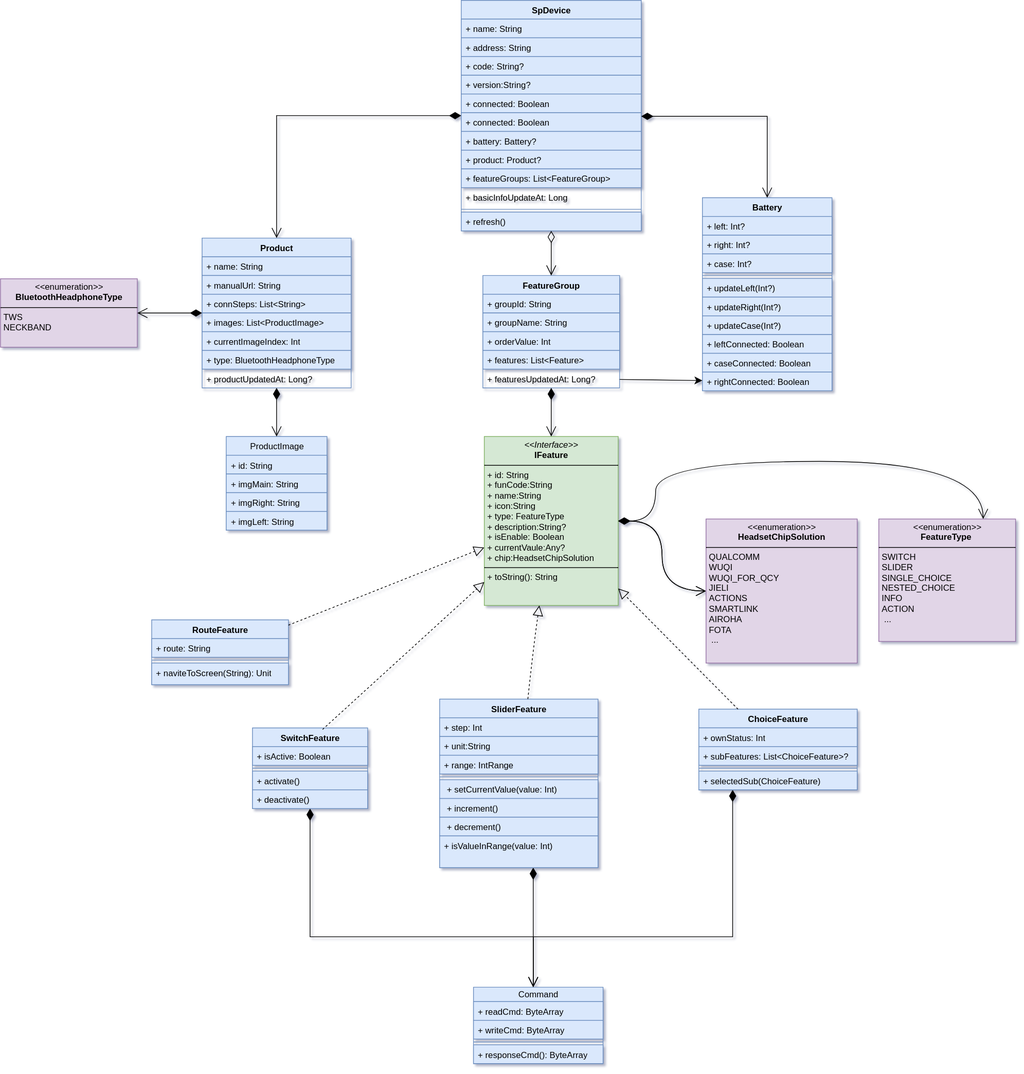
Above: diagrams/drawio/architecture/sp-device.drawio.svg in kekemao00/draw-libs (draw.io), before the change. Source tidied: cells renumbered, new cells last; positions are measured from the earlier drawing's top-left corner, leaving out a move shared by most shapes.
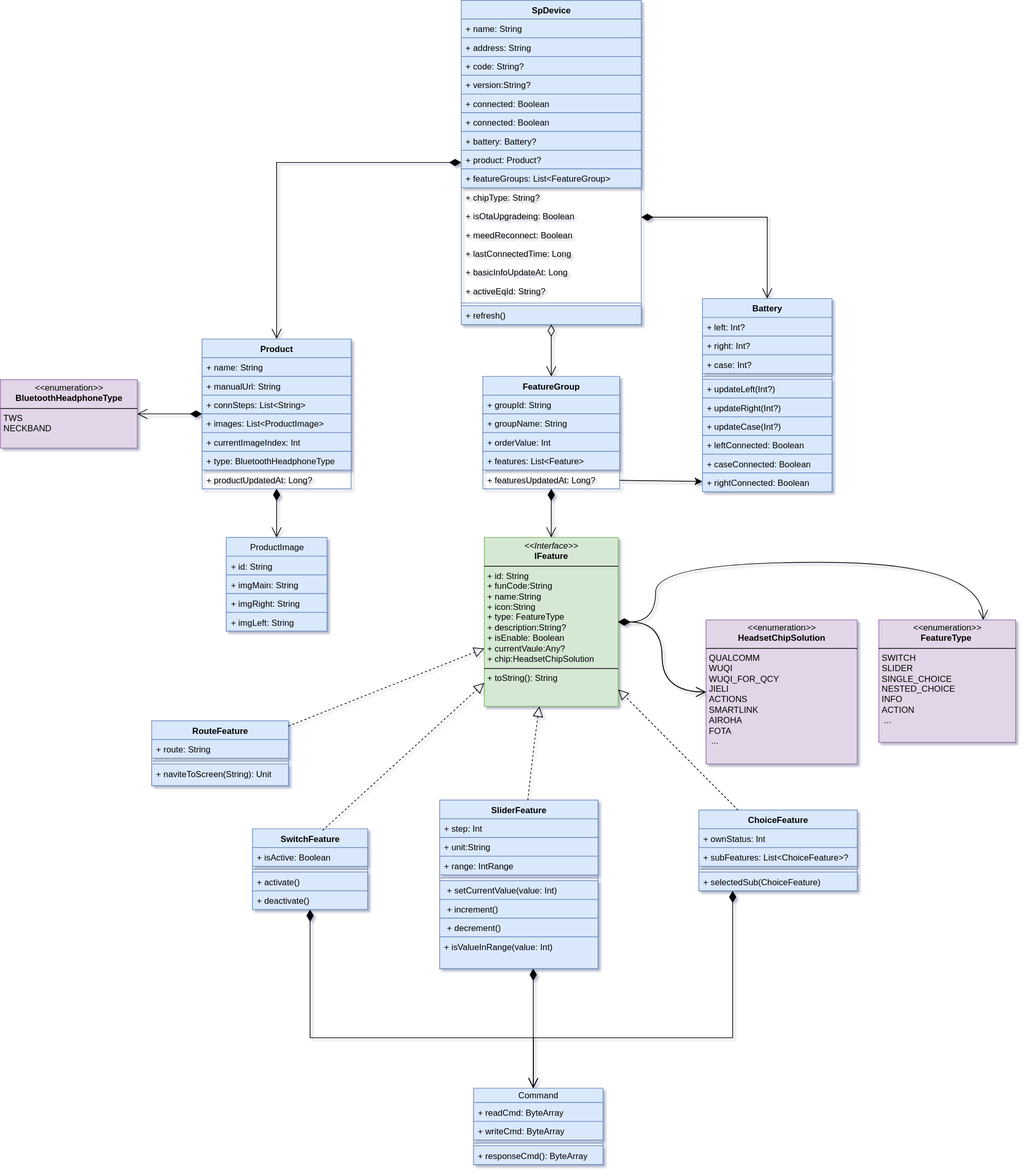
Later version of the same file.

Diff of the diagram source:
```diff
@@ -3,7 +3,7 @@
     <mxCell id="0" />
     <mxCell id="1" parent="0" />
     <mxCell id="2" value="SpDevice" style="swimlane;fontStyle=1;align=center;verticalAlign=top;horizontal=1;startSize=26;whiteSpace=wrap;html=1;labelBackgroundColor=none;rounded=0;fillColor=#dae8fc;strokeColor=#6c8ebf;" parent="1" vertex="1">
-      <mxGeometry x="640" width="250" height="320" as="geometry" />
+      <mxGeometry x="640" y="-140" width="250" height="450" as="geometry" />
     </mxCell>
     <mxCell id="3" value="+ name: String" style="text;align=left;verticalAlign=top;spacingLeft=4;spacingRight=4;overflow=hidden;whiteSpace=wrap;html=1;labelBackgroundColor=none;rounded=0;fillColor=#dae8fc;strokeColor=#6c8ebf;" parent="2" vertex="1">
       <mxGeometry y="26" width="250" height="26" as="geometry" />
@@ -32,14 +32,29 @@
     <mxCell id="11" value="+ featureGroups: List&amp;lt;FeatureGroup&amp;gt;" style="text;strokeColor=#6c8ebf;fillColor=#dae8fc;align=left;verticalAlign=top;spacingLeft=4;spacingRight=4;overflow=hidden;whiteSpace=wrap;html=1;" parent="2" vertex="1">
       <mxGeometry y="234" width="250" height="26" as="geometry" />
     </mxCell>
+    <mxCell id="94" value="+ chipType: String?" style="text;strokeColor=none;fillColor=none;align=left;verticalAlign=top;spacingLeft=4;spacingRight=4;overflow=hidden;whiteSpace=wrap;html=1;" parent="2" vertex="1">
+      <mxGeometry y="260" width="250" height="26" as="geometry" />
+    </mxCell>
+    <mxCell id="95" value="+ isOtaUpgradeing: Boolean" style="text;strokeColor=none;fillColor=none;align=left;verticalAlign=top;spacingLeft=4;spacingRight=4;overflow=hidden;whiteSpace=wrap;html=1;" parent="2" vertex="1">
+      <mxGeometry y="286" width="250" height="26" as="geometry" />
+    </mxCell>
+    <mxCell id="96" value="+ meedReconnect: Boolean" style="text;strokeColor=none;fillColor=none;align=left;verticalAlign=top;spacingLeft=4;spacingRight=4;overflow=hidden;whiteSpace=wrap;html=1;" parent="2" vertex="1">
+      <mxGeometry y="312" width="250" height="26" as="geometry" />
+    </mxCell>
+    <mxCell id="97" value="+ lastConnectedTime: Long" style="text;strokeColor=none;fillColor=none;align=left;verticalAlign=top;spacingLeft=4;spacingRight=4;overflow=hidden;whiteSpace=wrap;html=1;" parent="2" vertex="1">
+      <mxGeometry y="338" width="250" height="26" as="geometry" />
+    </mxCell>
     <mxCell id="12" value="+&amp;nbsp;basicInfoUpdateAt&lt;span style=&quot;background-color: transparent; color: light-dark(rgb(0, 0, 0), rgb(255, 255, 255));&quot;&gt;: Long&lt;/span&gt;" style="text;strokeColor=none;fillColor=none;align=left;verticalAlign=top;spacingLeft=4;spacingRight=4;overflow=hidden;whiteSpace=wrap;html=1;" parent="2" vertex="1">
-      <mxGeometry y="260" width="250" height="26" as="geometry" />
+      <mxGeometry y="364" width="250" height="26" as="geometry" />
     </mxCell>
+    <mxCell id="98" value="+ activeEqId: String?" style="text;strokeColor=none;fillColor=none;align=left;verticalAlign=top;spacingLeft=4;spacingRight=4;overflow=hidden;whiteSpace=wrap;html=1;" parent="2" vertex="1">
+      <mxGeometry y="390" width="250" height="26" as="geometry" />
+    </mxCell>
     <mxCell id="13" style="line;strokeWidth=1;align=left;verticalAlign=middle;spacingTop=-1;spacingLeft=3;spacingRight=3;labelPosition=right;labelBackgroundColor=none;rounded=0;fillColor=#dae8fc;strokeColor=#6c8ebf;" parent="2" vertex="1">
-      <mxGeometry y="286" width="250" height="8" as="geometry" />
+      <mxGeometry y="416" width="250" height="8" as="geometry" />
     </mxCell>
     <mxCell id="14" value="+ refresh()" style="text;align=left;verticalAlign=top;spacingLeft=4;spacingRight=4;overflow=hidden;whiteSpace=wrap;html=1;labelBackgroundColor=none;rounded=0;fillColor=#dae8fc;strokeColor=#6c8ebf;" parent="2" vertex="1">
-      <mxGeometry y="294" width="250" height="26" as="geometry" />
+      <mxGeometry y="424" width="250" height="26" as="geometry" />
     </mxCell>
     <mxCell id="15" value="Battery" style="swimlane;fontStyle=1;align=center;verticalAlign=top;horizontal=1;startSize=26;whiteSpace=wrap;html=1;labelBackgroundColor=none;rounded=0;fillColor=#dae8fc;strokeColor=#6c8ebf;" parent="1" vertex="1">
       <mxGeometry x="975" y="274" width="180" height="268" as="geometry" />
```
